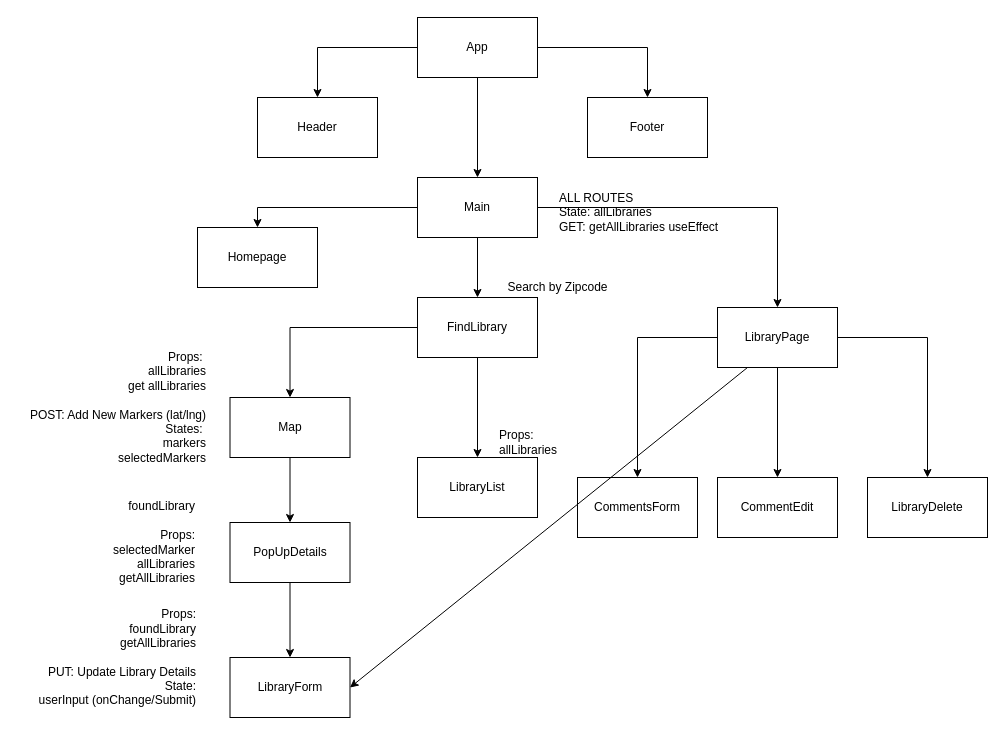
tashi-ono/libre_libro_client keeps this draw.io diagram as planning/wireframes/LibreLibro Components.drawio. Above is the earlier version. Source tidied: cells renumbered, new cells numbered last; positions are measured from the earlier drawing's top-left corner, leaving out a move shared by most shapes. Both pictures are drawn from the tidied source at 100%, with x=0, y=0 at pixel (17, 17).
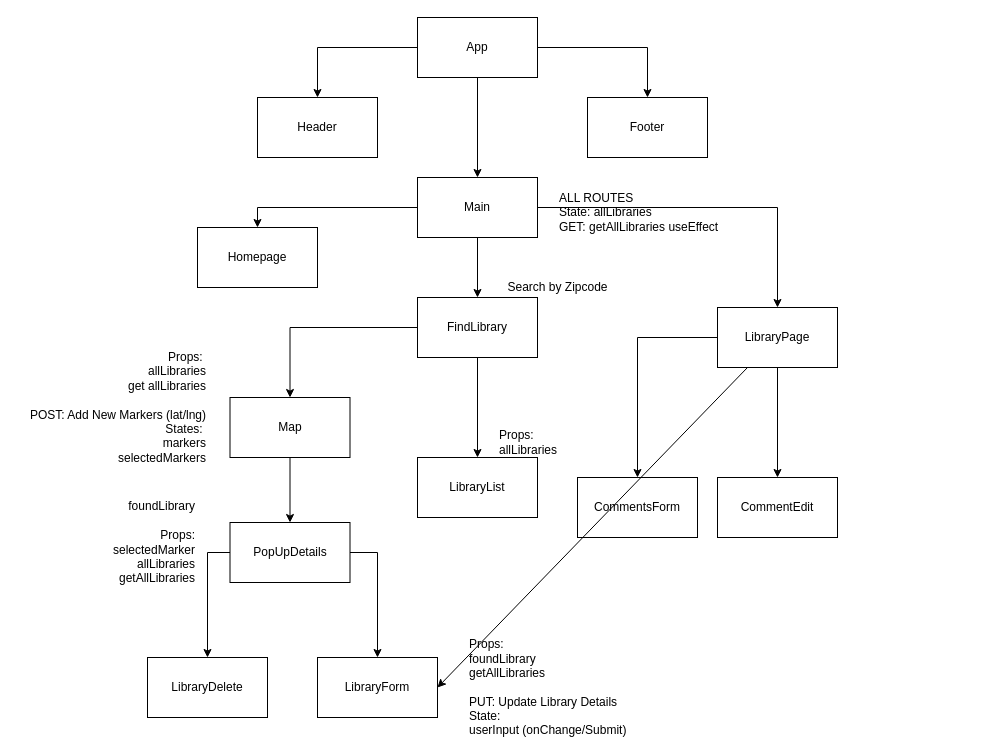
The same page after the edit.

Commit message (it also covers changes not shown here):
implemented pan to library feature

The change refers to these unchanged cells:
```xml
<mxCell id="18" value="PopUpDetails" style="rounded=0;whiteSpace=wrap;html=1;" parent="1" vertex="1">
  <mxGeometry x="212.5" y="505" width="120" height="60" as="geometry" />
</mxCell>
<mxCell id="30" value="LibraryPage" style="rounded=0;whiteSpace=wrap;html=1;" parent="1" vertex="1">
  <mxGeometry x="700" y="290" width="120" height="60" as="geometry" />
</mxCell>
```

The edit, as a diff of the source:
```diff
@@
-    <mxCell id="16" style="edgeStyle=orthogonalEdgeStyle;rounded=0;jettySize=auto;html=1;exitX=0.5;exitY=1;exitDx=0;exitDy=0;" parent="1" edge="1" source="18" target="26">
+    <mxCell id="16" style="edgeStyle=orthogonalEdgeStyle;rounded=0;jettySize=auto;html=1;exitX=1;exitY=0.5;exitDx=0;exitDy=0;" parent="1" edge="1" source="18" target="26">
       <mxGeometry relative="1" as="geometry" />
     </mxCell>
@@
     <mxCell id="26" value="LibraryForm" style="rounded=0;whiteSpace=wrap;html=1;" parent="1" vertex="1">
-      <mxGeometry x="212.5" y="640" width="120" height="60" as="geometry" />
+      <mxGeometry x="300" y="640" width="120" height="60" as="geometry" />
     </mxCell>
-    <mxCell id="27" value="Props:&lt;br&gt;foundLibrary&lt;br&gt;getAllLibraries&lt;br&gt;&lt;br&gt;PUT: Update Library Details&lt;br&gt;State:&lt;br&gt;userInput (onChange/Submit)" style="text;html=1;align=right;verticalAlign=middle;" parent="1" vertex="1">
-      <mxGeometry x="10" y="590" width="170" height="100" as="geometry" />
+    <mxCell id="27" value="Props:&lt;br&gt;foundLibrary&lt;br&gt;getAllLibraries&lt;br&gt;&lt;br&gt;PUT: Update Library Details&lt;br&gt;State:&lt;br&gt;userInput (onChange/Submit)" style="text;html=1;align=left;verticalAlign=middle;" parent="1" vertex="1">
+      <mxGeometry x="450" y="620" width="170" height="100" as="geometry" />
     </mxCell>
@@
-    <mxCell id="29" style="edgeStyle=orthogonalEdgeStyle;rounded=0;jettySize=auto;html=1;" parent="1" edge="1" source="30" target="34">
+    <mxCell id="29" style="edgeStyle=orthogonalEdgeStyle;rounded=0;jettySize=auto;html=1;exitX=0;exitY=0.5;exitDx=0;exitDy=0;" parent="1" edge="1" source="18" target="34">
       <mxGeometry relative="1" as="geometry" />
     </mxCell>
@@
     <mxCell id="34" value="LibraryDelete" style="rounded=0;whiteSpace=wrap;html=1;" parent="1" vertex="1">
-      <mxGeometry x="850" y="460" width="120" height="60" as="geometry" />
+      <mxGeometry x="130" y="640" width="120" height="60" as="geometry" />
     </mxCell>
```
